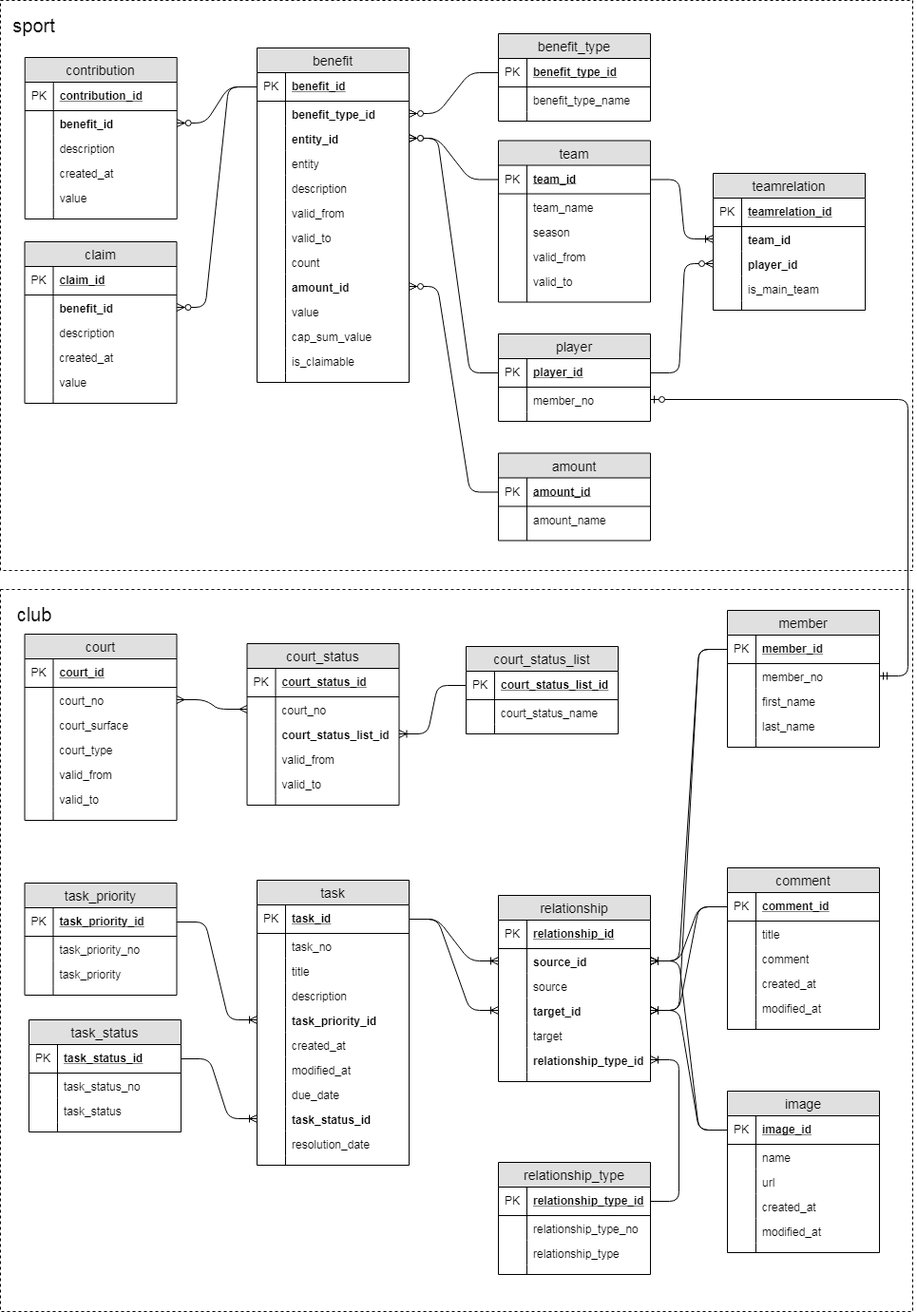
Above: STK_ERR.png in STKGarching/website (draw.io), before the change. Source tidied: cells renumbered, new cells last; positions are measured from the earlier drawing's top-left corner, leaving out a move shared by most shapes.
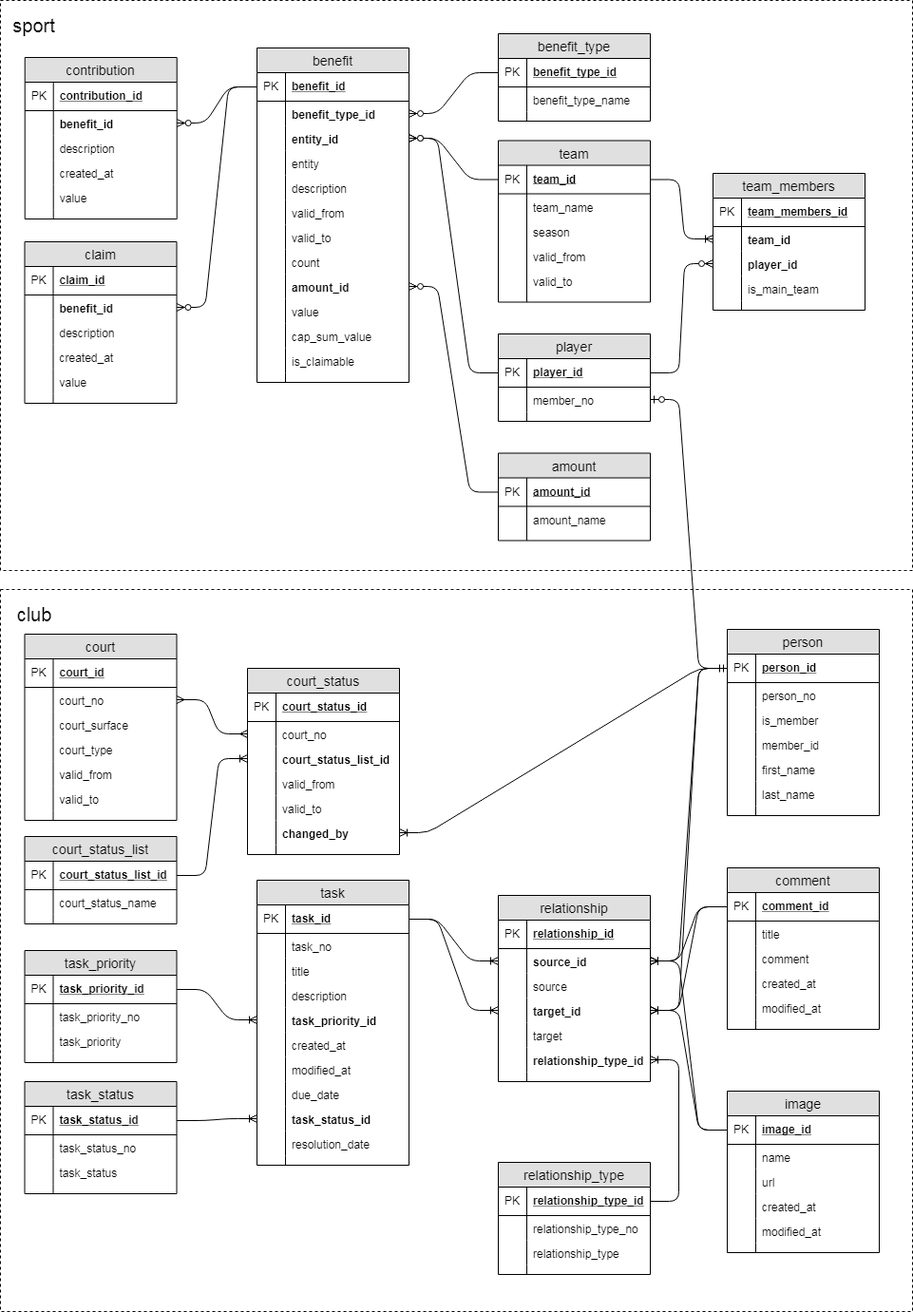
The same file after the commit.

The edit, as a diff of the source:
```diff
@@ -152,10 +152,10 @@
     <mxCell id="51" style="shape=partialRectangle;top=0;left=0;bottom=0;fillColor=none;align=left;verticalAlign=top;spacingLeft=4;spacingRight=4;overflow=hidden;fontSize=12;" parent="50" vertex="1">
       <mxGeometry width="30" height="10" as="geometry" />
     </mxCell>
-    <mxCell id="52" value="teamrelation" style="swimlane;fontStyle=0;horizontal=1;startSize=26;fillColor=#e0e0e0;swimlaneFillColor=#ffffff;align=center;fontSize=14;" parent="1" vertex="1">
+    <mxCell id="52" value="team_members" style="swimlane;fontStyle=0;horizontal=1;startSize=26;fillColor=#e0e0e0;swimlaneFillColor=#ffffff;align=center;fontSize=14;" parent="1" vertex="1">
       <mxGeometry x="750" y="182" width="160" height="144" as="geometry" />
     </mxCell>
-    <mxCell id="53" value="teamrelation_id" style="shape=partialRectangle;top=0;left=0;right=0;bottom=1;align=left;verticalAlign=middle;fillColor=none;spacingLeft=34;spacingRight=4;overflow=hidden;fontStyle=5;fontSize=12;" parent="52" vertex="1">
+    <mxCell id="53" value="team_members_id" style="shape=partialRectangle;top=0;left=0;right=0;bottom=1;align=left;verticalAlign=middle;fillColor=none;spacingLeft=34;spacingRight=4;overflow=hidden;fontStyle=5;fontSize=12;" parent="52" vertex="1">
       <mxGeometry y="26" width="160" height="30" as="geometry" />
     </mxCell>
     <mxCell id="54" value="PK" style="shape=partialRectangle;top=0;left=0;bottom=0;fillColor=none;align=left;verticalAlign=middle;spacingLeft=4;spacingRight=4;overflow=hidden;fontSize=12;" parent="53" vertex="1">
@@ -378,7 +378,7 @@
       <mxGeometry width="30" height="10" as="geometry" />
     </mxCell>
     <mxCell id="127" value="court_status" style="swimlane;fontStyle=0;horizontal=1;startSize=26;fillColor=#e0e0e0;swimlaneFillColor=#ffffff;align=center;fontSize=14;" parent="1" vertex="1">
-      <mxGeometry x="259.5" y="677" width="160" height="170" as="geometry" />
+      <mxGeometry x="260" y="703" width="160" height="196" as="geometry" />
     </mxCell>
     <mxCell id="128" value="court_status_id" style="shape=partialRectangle;top=0;left=0;right=0;bottom=1;align=left;verticalAlign=middle;fillColor=none;spacingLeft=34;spacingRight=4;overflow=hidden;fontStyle=5;fontSize=12;" parent="127" vertex="1">
       <mxGeometry y="26" width="160" height="30" as="geometry" />
@@ -410,67 +410,19 @@
     <mxCell id="137" style="shape=partialRectangle;top=0;left=0;bottom=0;fillColor=none;align=left;verticalAlign=top;spacingLeft=4;spacingRight=4;overflow=hidden;fontSize=12;" parent="136" vertex="1">
       <mxGeometry width="30" height="26" as="geometry" />
     </mxCell>
+    <mxCell id="263" value="changed_by" style="shape=partialRectangle;top=0;left=0;right=0;bottom=0;align=left;verticalAlign=top;fillColor=none;spacingLeft=34;spacingRight=4;overflow=hidden;points=[[0,0.5],[1,0.5]];portConstraint=eastwest;fontSize=12;fontStyle=1;" parent="127" vertex="1">
+      <mxGeometry y="160" width="160" height="26" as="geometry" />
+    </mxCell>
+    <mxCell id="264" style="shape=partialRectangle;top=0;left=0;bottom=0;fillColor=none;align=left;verticalAlign=top;spacingLeft=4;spacingRight=4;overflow=hidden;fontSize=12;" parent="263" vertex="1">
+      <mxGeometry width="30" height="26" as="geometry" />
+    </mxCell>
     <mxCell id="138" style="shape=partialRectangle;top=0;left=0;right=0;bottom=0;align=left;verticalAlign=top;fillColor=none;spacingLeft=34;spacingRight=4;overflow=hidden;fontSize=12;" parent="127" vertex="1">
-      <mxGeometry y="160" width="160" height="10" as="geometry" />
+      <mxGeometry y="186" width="160" height="10" as="geometry" />
     </mxCell>
     <mxCell id="139" style="shape=partialRectangle;top=0;left=0;bottom=0;fillColor=none;align=left;verticalAlign=top;spacingLeft=4;spacingRight=4;overflow=hidden;fontSize=12;" parent="138" vertex="1">
       <mxGeometry width="30" height="10" as="geometry" />
     </mxCell>
-    <mxCell id="140" value="court_status_list" style="swimlane;fontStyle=0;horizontal=1;startSize=26;fillColor=#e0e0e0;swimlaneFillColor=#ffffff;align=center;fontSize=14;" parent="1" vertex="1">
-      <mxGeometry x="490" y="680" width="160" height="92" as="geometry" />
-    </mxCell>
-    <mxCell id="141" value="court_status_list_id" style="shape=partialRectangle;top=0;left=0;right=0;bottom=1;align=left;verticalAlign=middle;fillColor=none;spacingLeft=34;spacingRight=4;overflow=hidden;points=[[0,0.5],[1,0.5]];portConstraint=eastwest;fontStyle=5;fontSize=12;" parent="140" vertex="1">
-      <mxGeometry y="26" width="160" height="30" as="geometry" />
-    </mxCell>
-    <mxCell id="142" value="PK" style="shape=partialRectangle;top=0;left=0;bottom=0;fillColor=none;align=left;verticalAlign=middle;spacingLeft=4;spacingRight=4;overflow=hidden;fontSize=12;" parent="141" vertex="1">
-      <mxGeometry width="30" height="30" as="geometry" />
-    </mxCell>
-    <mxCell id="143" value="court_status_name" style="shape=partialRectangle;top=0;left=0;right=0;bottom=0;align=left;verticalAlign=top;fillColor=none;spacingLeft=34;spacingRight=4;overflow=hidden;fontSize=12;fontStyle=0;" parent="140" vertex="1">
-      <mxGeometry y="56" width="160" height="26" as="geometry" />
-    </mxCell>
-    <mxCell id="144" style="shape=partialRectangle;top=0;left=0;bottom=0;fillColor=none;align=left;verticalAlign=top;spacingLeft=4;spacingRight=4;overflow=hidden;fontSize=12;" parent="143" vertex="1">
-      <mxGeometry width="30" height="26" as="geometry" />
-    </mxCell>
-    <mxCell id="145" style="shape=partialRectangle;top=0;left=0;right=0;bottom=0;align=left;verticalAlign=top;fillColor=none;spacingLeft=34;spacingRight=4;overflow=hidden;fontSize=12;" parent="140" vertex="1">
-      <mxGeometry y="82" width="160" height="10" as="geometry" />
-    </mxCell>
-    <mxCell id="146" style="shape=partialRectangle;top=0;left=0;bottom=0;fillColor=none;align=left;verticalAlign=top;spacingLeft=4;spacingRight=4;overflow=hidden;fontSize=12;" parent="145" vertex="1">
-      <mxGeometry width="30" height="10" as="geometry" />
-    </mxCell>
-    <mxCell id="147" value="member" style="swimlane;fontStyle=0;horizontal=1;startSize=26;fillColor=#e0e0e0;swimlaneFillColor=#ffffff;align=center;fontSize=14;" parent="1" vertex="1">
-      <mxGeometry x="765" y="642" width="160" height="144" as="geometry" />
-    </mxCell>
-    <mxCell id="148" value="member_id" style="shape=partialRectangle;top=0;left=0;right=0;bottom=1;align=left;verticalAlign=middle;fillColor=none;spacingLeft=34;spacingRight=4;overflow=hidden;points=[[0,0.5],[1,0.5]];portConstraint=eastwest;fontStyle=5;fontSize=12;" parent="147" vertex="1">
-      <mxGeometry y="26" width="160" height="30" as="geometry" />
-    </mxCell>
-    <mxCell id="149" value="PK" style="shape=partialRectangle;top=0;left=0;bottom=0;fillColor=none;align=left;verticalAlign=middle;spacingLeft=4;spacingRight=4;overflow=hidden;fontSize=12;" parent="148" vertex="1">
-      <mxGeometry width="30" height="30" as="geometry" />
-    </mxCell>
-    <mxCell id="150" value="member_no" style="shape=partialRectangle;top=0;left=0;right=0;bottom=0;align=left;verticalAlign=top;fillColor=none;spacingLeft=34;spacingRight=4;overflow=hidden;points=[[0,0.5],[1,0.5]];portConstraint=eastwest;fontSize=12;" parent="147" vertex="1">
-      <mxGeometry y="56" width="160" height="26" as="geometry" />
-    </mxCell>
-    <mxCell id="151" style="shape=partialRectangle;top=0;left=0;bottom=0;fillColor=none;align=left;verticalAlign=top;spacingLeft=4;spacingRight=4;overflow=hidden;fontSize=12;" parent="150" vertex="1">
-      <mxGeometry width="30" height="26" as="geometry" />
-    </mxCell>
-    <mxCell id="152" value="first_name" style="shape=partialRectangle;top=0;left=0;right=0;bottom=0;align=left;verticalAlign=top;fillColor=none;spacingLeft=34;spacingRight=4;overflow=hidden;fontSize=12;" parent="147" vertex="1">
-      <mxGeometry y="82" width="160" height="26" as="geometry" />
-    </mxCell>
-    <mxCell id="153" style="shape=partialRectangle;top=0;left=0;bottom=0;fillColor=none;align=left;verticalAlign=top;spacingLeft=4;spacingRight=4;overflow=hidden;fontSize=12;" parent="152" vertex="1">
-      <mxGeometry width="30" height="26" as="geometry" />
-    </mxCell>
-    <mxCell id="154" value="last_name" style="shape=partialRectangle;top=0;left=0;right=0;bottom=0;align=left;verticalAlign=top;fillColor=none;spacingLeft=34;spacingRight=4;overflow=hidden;fontSize=12;" parent="147" vertex="1">
-      <mxGeometry y="108" width="160" height="26" as="geometry" />
-    </mxCell>
-    <mxCell id="155" style="shape=partialRectangle;top=0;left=0;bottom=0;fillColor=none;align=left;verticalAlign=top;spacingLeft=4;spacingRight=4;overflow=hidden;fontSize=12;" parent="154" vertex="1">
-      <mxGeometry width="30" height="26" as="geometry" />
-    </mxCell>
-    <mxCell id="156" style="shape=partialRectangle;top=0;left=0;right=0;bottom=0;align=left;verticalAlign=top;fillColor=none;spacingLeft=34;spacingRight=4;overflow=hidden;fontSize=12;" parent="147" vertex="1">
-      <mxGeometry y="134" width="160" height="10" as="geometry" />
-    </mxCell>
-    <mxCell id="157" style="shape=partialRectangle;top=0;left=0;bottom=0;fillColor=none;align=left;verticalAlign=top;spacingLeft=4;spacingRight=4;overflow=hidden;fontSize=12;" parent="156" vertex="1">
-      <mxGeometry width="30" height="10" as="geometry" />
-    </mxCell>
-    <mxCell id="158" style="edgeStyle=entityRelationEdgeStyle;fontSize=12;html=1;endArrow=ERzeroToOne;startArrow=ERmandOne;exitX=1;exitY=0.5;exitDx=0;exitDy=0;" parent="1" edge="1" source="150" target="48">
+    <mxCell id="158" style="edgeStyle=entityRelationEdgeStyle;fontSize=12;html=1;endArrow=ERzeroToOne;startArrow=ERmandOne;" parent="1" edge="1" source="267" target="48">
       <mxGeometry relative="1" as="geometry" />
     </mxCell>
     <mxCell id="159" value="relationship" style="swimlane;fontStyle=0;horizontal=1;startSize=26;fillColor=#e0e0e0;swimlaneFillColor=#ffffff;align=center;fontSize=14;" parent="1" vertex="1">
@@ -624,7 +576,7 @@
       <mxGeometry relative="1" as="geometry" />
     </mxCell>
     <mxCell id="209" value="task_priority" style="swimlane;fontStyle=0;horizontal=1;startSize=26;fillColor=#e0e0e0;swimlaneFillColor=#ffffff;align=center;fontSize=14;" parent="1" vertex="1">
-      <mxGeometry x="25.5" y="929" width="160" height="118" as="geometry" />
+      <mxGeometry x="25.5" y="1000" width="160" height="118" as="geometry" />
     </mxCell>
     <mxCell id="210" value="task_priority_id" style="shape=partialRectangle;top=0;left=0;right=0;bottom=1;align=left;verticalAlign=middle;fillColor=none;spacingLeft=34;spacingRight=4;overflow=hidden;points=[[0,0.5],[1,0.5]];portConstraint=eastwest;fontStyle=5;fontSize=12;" parent="209" vertex="1">
       <mxGeometry y="26" width="160" height="30" as="geometry" />
@@ -651,7 +603,7 @@
       <mxGeometry width="30" height="10" as="geometry" />
     </mxCell>
     <mxCell id="218" value="task_status" style="swimlane;fontStyle=0;horizontal=1;startSize=26;fillColor=#e0e0e0;swimlaneFillColor=#ffffff;align=center;fontSize=14;" parent="1" vertex="1">
-      <mxGeometry x="30" y="1073" width="160" height="118" as="geometry" />
+      <mxGeometry x="25.5" y="1138" width="160" height="118" as="geometry" />
     </mxCell>
     <mxCell id="219" value="task_status_id" style="shape=partialRectangle;top=0;left=0;right=0;bottom=1;align=left;verticalAlign=middle;fillColor=none;spacingLeft=34;spacingRight=4;overflow=hidden;points=[[0,0.5],[1,0.5]];portConstraint=eastwest;fontStyle=5;fontSize=12;" parent="218" vertex="1">
       <mxGeometry y="26" width="160" height="30" as="geometry" />
@@ -767,7 +719,7 @@
     <mxCell id="256" style="edgeStyle=entityRelationEdgeStyle;fontSize=12;html=1;endArrow=ERoneToMany;" parent="1" edge="1" source="184" target="166">
       <mxGeometry relative="1" as="geometry" />
     </mxCell>
-    <mxCell id="257" style="edgeStyle=entityRelationEdgeStyle;fontSize=12;html=1;endArrow=ERoneToMany;" parent="1" edge="1" source="148" target="166">
+    <mxCell id="257" style="edgeStyle=entityRelationEdgeStyle;fontSize=12;html=1;endArrow=ERoneToMany;" parent="1" edge="1" source="267" target="166">
       <mxGeometry relative="1" as="geometry" />
     </mxCell>
     <mxCell id="258" style="edgeStyle=entityRelationEdgeStyle;fontSize=12;html=1;endArrow=ERoneToMany;" parent="1" edge="1" source="228" target="166">
@@ -779,11 +731,80 @@
     <mxCell id="260" style="edgeStyle=entityRelationEdgeStyle;fontSize=12;html=1;endArrow=ERoneToMany;" parent="1" edge="1" source="228" target="162">
       <mxGeometry relative="1" as="geometry" />
     </mxCell>
-    <mxCell id="261" style="edgeStyle=entityRelationEdgeStyle;fontSize=12;html=1;endArrow=ERoneToMany;" parent="1" edge="1" source="148" target="162">
+    <mxCell id="261" style="edgeStyle=entityRelationEdgeStyle;fontSize=12;html=1;endArrow=ERoneToMany;" parent="1" edge="1" source="267" target="162">
       <mxGeometry relative="1" as="geometry" />
     </mxCell>
     <mxCell id="262" style="edgeStyle=entityRelationEdgeStyle;fontSize=12;html=1;endArrow=ERoneToMany;" parent="1" edge="1" source="243" target="162">
       <mxGeometry relative="1" as="geometry" />
     </mxCell>
+    <mxCell id="265" style="edgeStyle=entityRelationEdgeStyle;fontSize=12;html=1;endArrow=ERoneToMany;" parent="1" edge="1" source="267" target="263">
+      <mxGeometry relative="1" as="geometry" />
+    </mxCell>
+    <mxCell id="266" value="person" style="swimlane;fontStyle=0;horizontal=1;startSize=26;fillColor=#e0e0e0;swimlaneFillColor=#ffffff;align=center;fontSize=14;" parent="1" vertex="1">
+      <mxGeometry x="765" y="662" width="160" height="196" as="geometry" />
+    </mxCell>
+    <mxCell id="267" value="person_id" style="shape=partialRectangle;top=0;left=0;right=0;bottom=1;align=left;verticalAlign=middle;fillColor=none;spacingLeft=34;spacingRight=4;overflow=hidden;points=[[0,0.5],[1,0.5]];portConstraint=eastwest;fontStyle=5;fontSize=12;" parent="266" vertex="1">
+      <mxGeometry y="26" width="160" height="30" as="geometry" />
+    </mxCell>
+    <mxCell id="149" value="PK" style="shape=partialRectangle;top=0;left=0;bottom=0;fillColor=none;align=left;verticalAlign=middle;spacingLeft=4;spacingRight=4;overflow=hidden;fontSize=12;" parent="267" vertex="1">
+      <mxGeometry width="30" height="30" as="geometry" />
+    </mxCell>
+    <mxCell id="268" value="person_no" style="shape=partialRectangle;top=0;left=0;right=0;bottom=0;align=left;verticalAlign=top;fillColor=none;spacingLeft=34;spacingRight=4;overflow=hidden;fontSize=12;" parent="266" vertex="1">
+      <mxGeometry y="56" width="160" height="26" as="geometry" />
+    </mxCell>
+    <mxCell id="269" style="shape=partialRectangle;top=0;left=0;bottom=0;fillColor=none;align=left;verticalAlign=top;spacingLeft=4;spacingRight=4;overflow=hidden;fontSize=12;" parent="268" vertex="1">
+      <mxGeometry width="30" height="26" as="geometry" />
+    </mxCell>
+    <mxCell id="270" value="is_member" style="shape=partialRectangle;top=0;left=0;right=0;bottom=0;align=left;verticalAlign=top;fillColor=none;spacingLeft=34;spacingRight=4;overflow=hidden;fontSize=12;" parent="266" vertex="1">
+      <mxGeometry y="82" width="160" height="26" as="geometry" />
+    </mxCell>
+    <mxCell id="271" style="shape=partialRectangle;top=0;left=0;bottom=0;fillColor=none;align=left;verticalAlign=top;spacingLeft=4;spacingRight=4;overflow=hidden;fontSize=12;" parent="270" vertex="1">
+      <mxGeometry width="30" height="26" as="geometry" />
+    </mxCell>
+    <mxCell id="148" value="member_id" style="shape=partialRectangle;top=0;left=0;right=0;bottom=0;align=left;verticalAlign=top;fillColor=none;spacingLeft=34;spacingRight=4;overflow=hidden;points=[[0,0.5],[1,0.5]];portConstraint=eastwest;fontSize=12;" parent="266" vertex="1">
+      <mxGeometry y="108" width="160" height="26" as="geometry" />
+    </mxCell>
+    <mxCell id="272" style="shape=partialRectangle;top=0;left=0;bottom=0;fillColor=none;align=left;verticalAlign=top;spacingLeft=4;spacingRight=4;overflow=hidden;fontSize=12;" parent="148" vertex="1">
+      <mxGeometry width="30" height="26" as="geometry" />
+    </mxCell>
+    <mxCell id="152" value="first_name" style="shape=partialRectangle;top=0;left=0;right=0;bottom=0;align=left;verticalAlign=top;fillColor=none;spacingLeft=34;spacingRight=4;overflow=hidden;fontSize=12;" parent="266" vertex="1">
+      <mxGeometry y="134" width="160" height="26" as="geometry" />
+    </mxCell>
+    <mxCell id="273" style="shape=partialRectangle;top=0;left=0;bottom=0;fillColor=none;align=left;verticalAlign=top;spacingLeft=4;spacingRight=4;overflow=hidden;fontSize=12;" parent="152" vertex="1">
+      <mxGeometry width="30" height="26" as="geometry" />
+    </mxCell>
+    <mxCell id="154" value="last_name" style="shape=partialRectangle;top=0;left=0;right=0;bottom=0;align=left;verticalAlign=top;fillColor=none;spacingLeft=34;spacingRight=4;overflow=hidden;fontSize=12;" parent="266" vertex="1">
+      <mxGeometry y="160" width="160" height="26" as="geometry" />
+    </mxCell>
+    <mxCell id="274" style="shape=partialRectangle;top=0;left=0;bottom=0;fillColor=none;align=left;verticalAlign=top;spacingLeft=4;spacingRight=4;overflow=hidden;fontSize=12;" parent="154" vertex="1">
+      <mxGeometry width="30" height="26" as="geometry" />
+    </mxCell>
+    <mxCell id="275" style="shape=partialRectangle;top=0;left=0;right=0;bottom=0;align=left;verticalAlign=top;fillColor=none;spacingLeft=34;spacingRight=4;overflow=hidden;fontSize=12;" parent="266" vertex="1">
+      <mxGeometry y="186" width="160" height="10" as="geometry" />
+    </mxCell>
+    <mxCell id="157" style="shape=partialRectangle;top=0;left=0;bottom=0;fillColor=none;align=left;verticalAlign=top;spacingLeft=4;spacingRight=4;overflow=hidden;fontSize=12;" parent="275" vertex="1">
+      <mxGeometry width="30" height="10" as="geometry" />
+    </mxCell>
+    <mxCell id="140" value="court_status_list" style="swimlane;fontStyle=0;horizontal=1;startSize=26;fillColor=#e0e0e0;swimlaneFillColor=#ffffff;align=center;fontSize=14;" parent="1" vertex="1">
+      <mxGeometry x="25.5" y="880" width="160" height="92" as="geometry" />
+    </mxCell>
+    <mxCell id="141" value="court_status_list_id" style="shape=partialRectangle;top=0;left=0;right=0;bottom=1;align=left;verticalAlign=middle;fillColor=none;spacingLeft=34;spacingRight=4;overflow=hidden;points=[[0,0.5],[1,0.5]];portConstraint=eastwest;fontStyle=5;fontSize=12;" parent="140" vertex="1">
+      <mxGeometry y="26" width="160" height="30" as="geometry" />
+    </mxCell>
+    <mxCell id="142" value="PK" style="shape=partialRectangle;top=0;left=0;bottom=0;fillColor=none;align=left;verticalAlign=middle;spacingLeft=4;spacingRight=4;overflow=hidden;fontSize=12;" parent="141" vertex="1">
+      <mxGeometry width="30" height="30" as="geometry" />
+    </mxCell>
+    <mxCell id="143" value="court_status_name" style="shape=partialRectangle;top=0;left=0;right=0;bottom=0;align=left;verticalAlign=top;fillColor=none;spacingLeft=34;spacingRight=4;overflow=hidden;fontSize=12;fontStyle=0;" parent="140" vertex="1">
+      <mxGeometry y="56" width="160" height="26" as="geometry" />
+    </mxCell>
+    <mxCell id="144" style="shape=partialRectangle;top=0;left=0;bottom=0;fillColor=none;align=left;verticalAlign=top;spacingLeft=4;spacingRight=4;overflow=hidden;fontSize=12;" parent="143" vertex="1">
+      <mxGeometry width="30" height="26" as="geometry" />
+    </mxCell>
+    <mxCell id="145" style="shape=partialRectangle;top=0;left=0;right=0;bottom=0;align=left;verticalAlign=top;fillColor=none;spacingLeft=34;spacingRight=4;overflow=hidden;fontSize=12;" parent="140" vertex="1">
+      <mxGeometry y="82" width="160" height="10" as="geometry" />
+    </mxCell>
+    <mxCell id="146" style="shape=partialRectangle;top=0;left=0;bottom=0;fillColor=none;align=left;verticalAlign=top;spacingLeft=4;spacingRight=4;overflow=hidden;fontSize=12;" parent="145" vertex="1">
+      <mxGeometry width="30" height="10" as="geometry" />
+    </mxCell>
   </root>
 </mxGraphModel>
```
